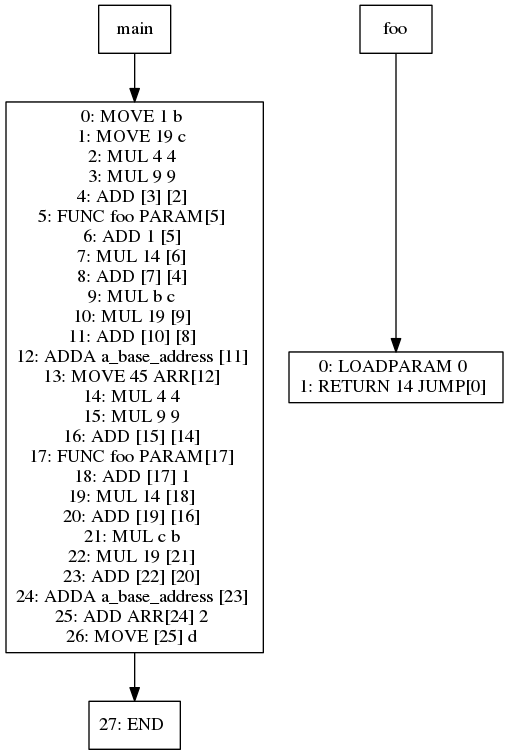
Earlier version of the Graphviz export viz/test020.dot.png (jiahanwang/PL241-Compiler). Its source is kept beside it as viz/test020.dot.
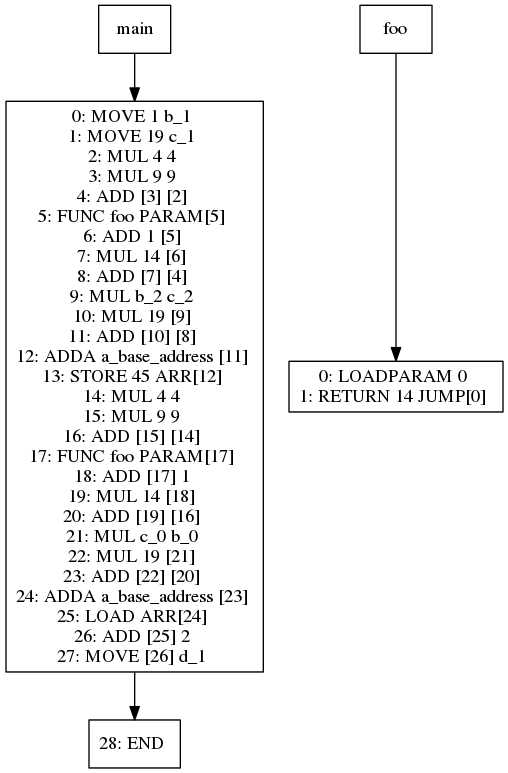
The same diagram one commit later.

Diff of the diagram source:
```diff
@@ -1,9 +1,9 @@
 digraph test020 {
 node [shape=box]
-373[label="main"]
-373 -> 378
-378[label="0: MOVE 1 b
-1: MOVE 19 c
+1[label="main"]
+1 -> 6
+6[label="0: MOVE 1 b_1
+1: MOVE 19 c_1
 2: MUL 4 4
 3: MUL 9 9
 4: ADD [3] [2]
@@ -11,11 +11,11 @@
 6: ADD 1 [5]
 7: MUL 14 [6]
 8: ADD [7] [4]
-9: MUL b c
+9: MUL b_2 c_2
 10: MUL 19 [9]
 11: ADD [10] [8]
 12: ADDA a_base_address [11]
-13: MOVE 45 ARR[12]
+13: STORE 45 ARR[12]
 14: MUL 4 4
 15: MUL 9 9
 16: ADD [15] [14]
@@ -23,19 +23,20 @@
 18: ADD [17] 1
 19: MUL 14 [18]
 20: ADD [19] [16]
-21: MUL c b
+21: MUL c_0 b_0
 22: MUL 19 [21]
 23: ADD [22] [20]
 24: ADDA a_base_address [23]
-25: ADD ARR[24] 2
-26: MOVE [25] d
+25: LOAD ARR[24]
+26: ADD [25] 2
+27: MOVE [26] d_1
 "]
-378 -> 382
-382[label="27: END
+6 -> 10
+10[label="28: END
 "]
-376[label="foo"]
-376 -> 377
-377[label="0: LOADPARAM 0
+4[label="foo"]
+4 -> 5
+5[label="0: LOADPARAM 0
 1: RETURN 14 JUMP[0]
 "]
 }
```
